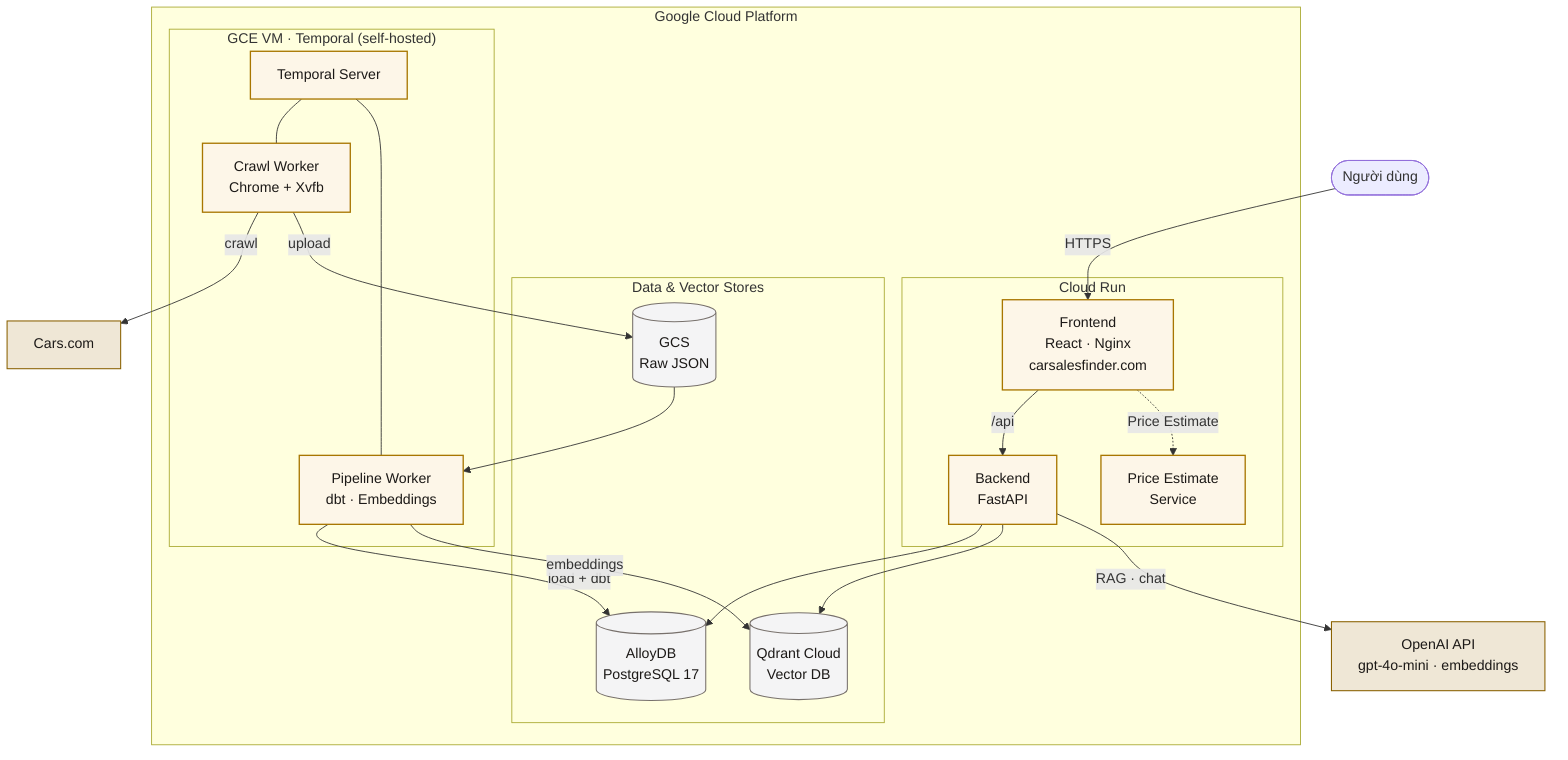
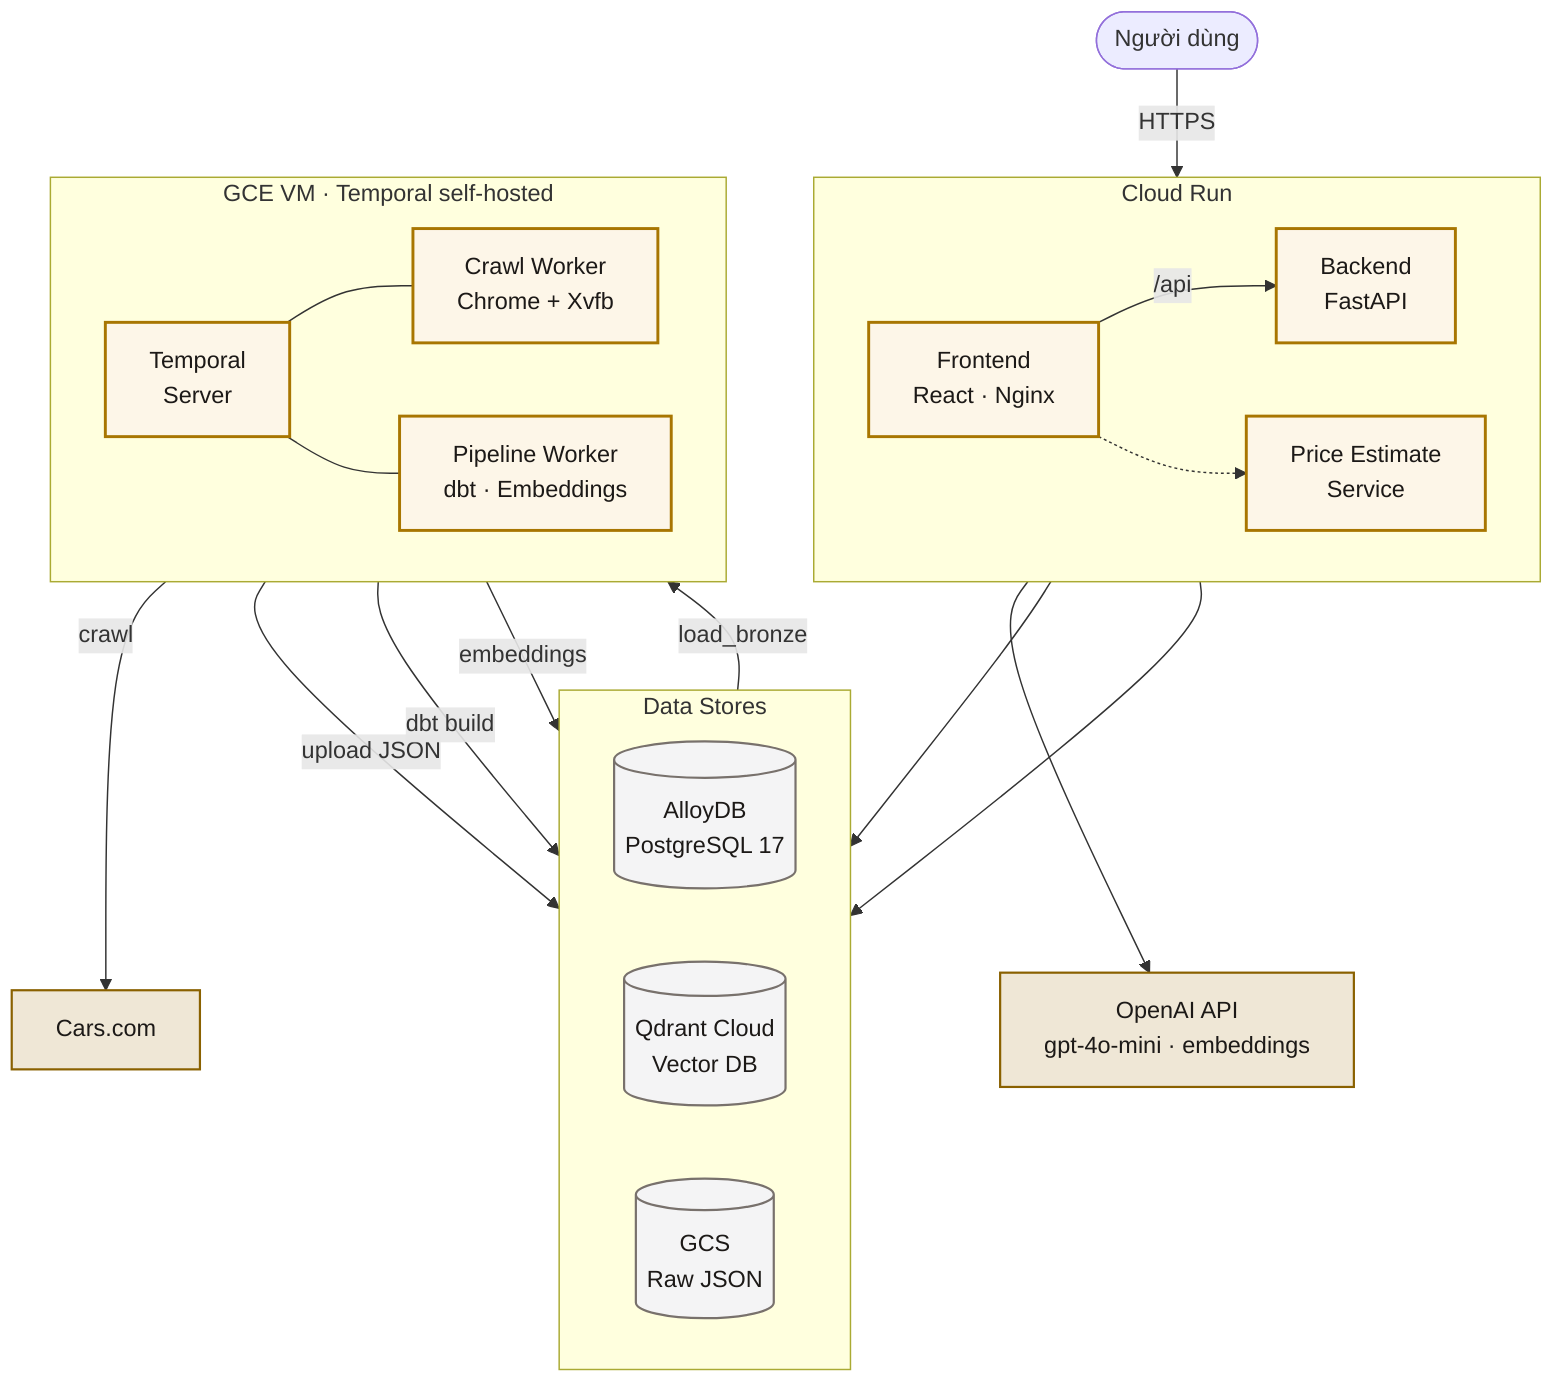
flowchart TB
  user([Người dùng])

-   subgraph GCP["Google Cloud Platform"]
-     subgraph run["Cloud Run"]
-       fe["Frontend<br/>React · Nginx<br/>carsalesfinder.com"]
-       be["Backend<br/>FastAPI"]
-       pe["Price Estimate<br/>Service"]
-     end
-     subgraph data["Data & Vector Stores"]
-       db[("AlloyDB<br/>PostgreSQL 17")]
-       qd[("Qdrant Cloud<br/>Vector DB")]
-       gcs[("GCS<br/>Raw JSON")]
-     end
-     subgraph vm["GCE VM · Temporal (self-hosted)"]
-       tmp["Temporal Server"]
-       cw["Crawl Worker<br/>Chrome + Xvfb"]
-       pw["Pipeline Worker<br/>dbt · Embeddings"]
-     end
+   subgraph run["Cloud Run"]
+     direction LR
+     fe["Frontend<br/>React · Nginx"]
+     be["Backend<br/>FastAPI"]
+     pe["Price Estimate<br/>Service"]
  end

  ext["OpenAI API<br/>gpt-4o-mini · embeddings"]
+ 
+   subgraph data["Data Stores"]
+     direction LR
+     db[("AlloyDB<br/>PostgreSQL 17")]
+     qd[("Qdrant Cloud<br/>Vector DB")]
+     gcs[("GCS<br/>Raw JSON")]
+   end
+ 
+   subgraph vm["GCE VM · Temporal self-hosted"]
+     direction LR
+     tmp["Temporal<br/>Server"]
+     cw["Crawl Worker<br/>Chrome + Xvfb"]
+     pw["Pipeline Worker<br/>dbt · Embeddings"]
+   end
+ 
  cars["Cars.com"]

  user -->|HTTPS| fe
  fe -->|/api| be
-   fe -.->|Price Estimate| pe
+   fe -.-> pe
  be --> db
  be --> qd
-   be -->|RAG · chat| ext
+   be --> ext

-   cw -->|crawl| cars
-   cw -->|upload| gcs
  tmp --- cw
  tmp --- pw
-   pw -->|load + dbt| db
+   cw -->|crawl| cars
+   cw -->|upload JSON| gcs
+   gcs -->|load_bronze| pw
+   pw -->|dbt build| db
  pw -->|embeddings| qd
-   gcs --> pw

-   classDef svc fill:#FDF6E8,stroke:#A87601,stroke-width:1.5px,color:#1c1917;
-   classDef store fill:#F4F4F5,stroke:#78716c,stroke-width:1.2px,color:#1c1917;
-   classDef ext fill:#efe7d6,stroke:#8a6100,stroke-width:1.2px,color:#1c1917;
+   classDef svc fill:#FDF6E8,stroke:#A87601,stroke-width:2px,color:#1c1917;
+   classDef store fill:#F4F4F5,stroke:#78716c,stroke-width:1.5px,color:#1c1917;
+   classDef extc fill:#efe7d6,stroke:#8a6100,stroke-width:1.5px,color:#1c1917;
  class fe,be,pe,tmp,cw,pw svc;
  class db,qd,gcs store;
-   class ext,cars ext;
+   class ext,cars extc;
